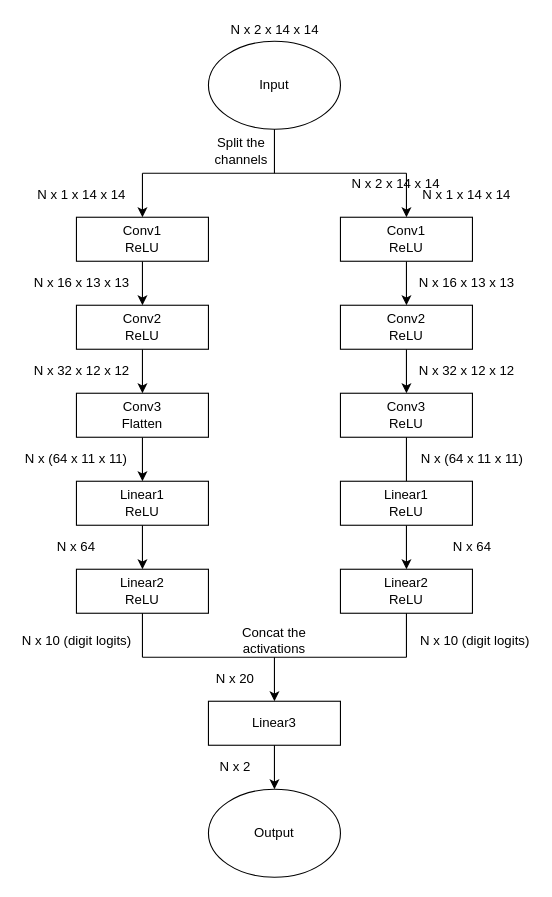
Before: Proj1/Siamese_Network.drawio in jouvemax/DeepLearning, a draw.io diagram. Source tidied: cells renumbered, new cells numbered last; positions are measured from the earlier drawing's top-left corner, leaving out a move shared by most shapes. Both pictures are drawn from the tidied source at 110%, with x=0, y=0 at pixel (19, 19).
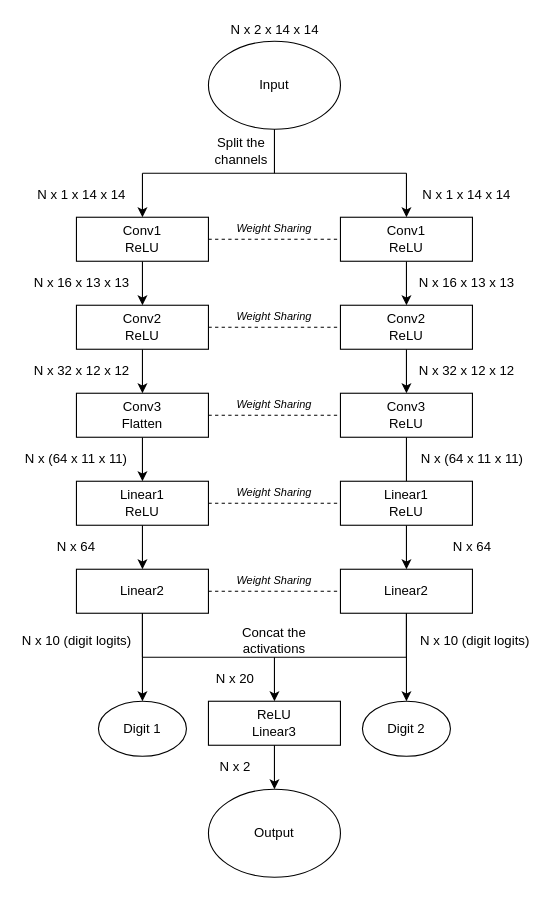
After the change.

The change refers to these unchanged cells:
```xml
<mxCell id="5" value="Conv1&lt;br&gt;ReLU" style="rounded=0;whiteSpace=wrap;html=1;" parent="1" vertex="1">
  <mxGeometry x="52" y="180" width="120" height="40" as="geometry" />
</mxCell>
<mxCell id="12" value="Conv2&lt;br&gt;ReLU" style="rounded=0;whiteSpace=wrap;html=1;" parent="1" vertex="1">
  <mxGeometry x="52" y="260" width="120" height="40" as="geometry" />
</mxCell>
<mxCell id="15" value="Conv3&lt;br&gt;Flatten" style="rounded=0;whiteSpace=wrap;html=1;" parent="1" vertex="1">
  <mxGeometry x="52" y="340" width="120" height="40" as="geometry" />
</mxCell>
<mxCell id="19" value="Conv1&lt;br&gt;ReLU" style="rounded=0;whiteSpace=wrap;html=1;" parent="1" vertex="1">
  <mxGeometry x="292" y="180" width="120" height="40" as="geometry" />
</mxCell>
<mxCell id="24" value="Conv2&lt;br&gt;ReLU" style="rounded=0;whiteSpace=wrap;html=1;" parent="1" vertex="1">
  <mxGeometry x="292" y="260" width="120" height="40" as="geometry" />
</mxCell>
<mxCell id="26" value="Conv3&lt;br&gt;ReLU" style="rounded=0;whiteSpace=wrap;html=1;" parent="1" vertex="1">
  <mxGeometry x="292" y="340" width="120" height="40" as="geometry" />
</mxCell>
<mxCell id="30" value="Linear1&lt;br&gt;ReLU" style="rounded=0;whiteSpace=wrap;html=1;" parent="1" vertex="1">
  <mxGeometry x="52" y="420" width="120" height="40" as="geometry" />
</mxCell>
<mxCell id="37" value="Linear1&lt;br&gt;ReLU" style="rounded=0;whiteSpace=wrap;html=1;" parent="1" vertex="1">
  <mxGeometry x="292" y="420" width="120" height="40" as="geometry" />
</mxCell>
```

Change to the diagram source:
```diff
@@
-    <mxCell id="32" value="Linear2&lt;br&gt;ReLU" style="rounded=0;whiteSpace=wrap;html=1;" parent="1" vertex="1">
+    <mxCell id="32" value="Linear2" style="rounded=0;whiteSpace=wrap;html=1;" parent="1" vertex="1">
       <mxGeometry x="52" y="500" width="120" height="40" as="geometry" />
     </mxCell>
@@
-    <mxCell id="39" value="Linear2&lt;br&gt;ReLU" style="rounded=0;whiteSpace=wrap;html=1;" parent="1" vertex="1">
+    <mxCell id="39" value="Linear2" style="rounded=0;whiteSpace=wrap;html=1;" parent="1" vertex="1">
       <mxGeometry x="292" y="500" width="120" height="40" as="geometry" />
     </mxCell>
@@
-    <mxCell id="45" value="Linear3" style="rounded=0;whiteSpace=wrap;html=1;" parent="1" vertex="1">
+    <mxCell id="45" value="ReLU&lt;br&gt;Linear3" style="rounded=0;whiteSpace=wrap;html=1;" parent="1" vertex="1">
       <mxGeometry x="172" y="620" width="120" height="40" as="geometry" />
     </mxCell>
@@
-    <mxCell id="51" value="&lt;span&gt;N x 2 x 14 x 14&lt;/span&gt;" style="text;html=1;align=center;verticalAlign=middle;" parent="1" vertex="1">
-      <mxGeometry x="292" y="140" width="100" height="20" as="geometry" />
-    </mxCell>
+    <mxCell id="52" style="endArrow=none;dashed=1;html=1;exitX=1;exitY=0.5;exitDx=0;exitDy=0;entryX=0;entryY=0.5;entryDx=0;entryDy=0;" parent="1" edge="1" source="30" target="37">
+      <mxGeometry relative="1" as="geometry" />
+    </mxCell>
+    <mxCell id="53" style="endArrow=none;dashed=1;html=1;exitX=1;exitY=0.5;exitDx=0;exitDy=0;entryX=0;entryY=0.5;entryDx=0;entryDy=0;" parent="1" edge="1" source="12" target="24">
+      <mxGeometry relative="1" as="geometry" />
+    </mxCell>
+    <mxCell id="54" style="endArrow=none;dashed=1;html=1;exitX=1;exitY=0.5;exitDx=0;exitDy=0;entryX=0;entryY=0.5;entryDx=0;entryDy=0;" parent="1" edge="1" source="5" target="19">
+      <mxGeometry relative="1" as="geometry" />
+    </mxCell>
+    <mxCell id="55" style="endArrow=none;dashed=1;html=1;exitX=1;exitY=0.5;exitDx=0;exitDy=0;entryX=0;entryY=0.5;entryDx=0;entryDy=0;" parent="1" edge="1" source="15" target="26">
+      <mxGeometry relative="1" as="geometry" />
+    </mxCell>
+    <mxCell id="56" style="endArrow=none;dashed=1;html=1;exitX=1;exitY=0.5;exitDx=0;exitDy=0;entryX=0;entryY=0.5;entryDx=0;entryDy=0;" parent="1" edge="1" source="32" target="39">
+      <mxGeometry relative="1" as="geometry" />
+    </mxCell>
+    <mxCell id="57" value="Weight Sharing" style="text;html=1;align=center;verticalAlign=middle;whiteSpace=wrap;rounded=0;fontStyle=2;fontSize=10;" parent="1" vertex="1">
+      <mxGeometry x="187" y="180" width="90" height="20" as="geometry" />
+    </mxCell>
+    <mxCell id="58" value="Weight Sharing" style="text;html=1;align=center;verticalAlign=middle;whiteSpace=wrap;rounded=0;fontStyle=2;fontSize=10;" parent="1" vertex="1">
+      <mxGeometry x="187" y="260" width="90" height="20" as="geometry" />
+    </mxCell>
+    <mxCell id="59" value="Weight Sharing" style="text;html=1;align=center;verticalAlign=middle;whiteSpace=wrap;rounded=0;fontStyle=2;fontSize=10;" parent="1" vertex="1">
+      <mxGeometry x="187" y="340" width="90" height="20" as="geometry" />
+    </mxCell>
+    <mxCell id="60" value="Weight Sharing" style="text;html=1;align=center;verticalAlign=middle;whiteSpace=wrap;rounded=0;fontStyle=2;fontSize=10;" parent="1" vertex="1">
+      <mxGeometry x="187" y="420" width="90" height="20" as="geometry" />
+    </mxCell>
+    <mxCell id="61" value="Weight Sharing" style="text;html=1;align=center;verticalAlign=middle;whiteSpace=wrap;rounded=0;fontStyle=2;fontSize=10;" parent="1" vertex="1">
+      <mxGeometry x="187" y="500" width="90" height="20" as="geometry" />
+    </mxCell>
+    <mxCell id="62" style="endArrow=classic;html=1;fontSize=10;exitX=0.5;exitY=1;exitDx=0;exitDy=0;" parent="1" edge="1" source="32">
+      <mxGeometry relative="1" as="geometry">
+        <mxPoint x="112" y="620" as="targetPoint" />
+      </mxGeometry>
+    </mxCell>
+    <mxCell id="63" value="Digit 1" style="ellipse;whiteSpace=wrap;html=1;" parent="1" vertex="1">
+      <mxGeometry x="72" y="620" width="80" height="50" as="geometry" />
+    </mxCell>
+    <mxCell id="64" style="endArrow=classic;html=1;fontSize=10;exitX=0.5;exitY=1;exitDx=0;exitDy=0;" parent="1" edge="1" source="39">
+      <mxGeometry relative="1" as="geometry">
+        <mxPoint x="352" y="620" as="targetPoint" />
+      </mxGeometry>
+    </mxCell>
+    <mxCell id="65" value="Digit 2" style="ellipse;whiteSpace=wrap;html=1;" parent="1" vertex="1">
+      <mxGeometry x="312" y="620" width="80" height="50" as="geometry" />
+    </mxCell>
```
